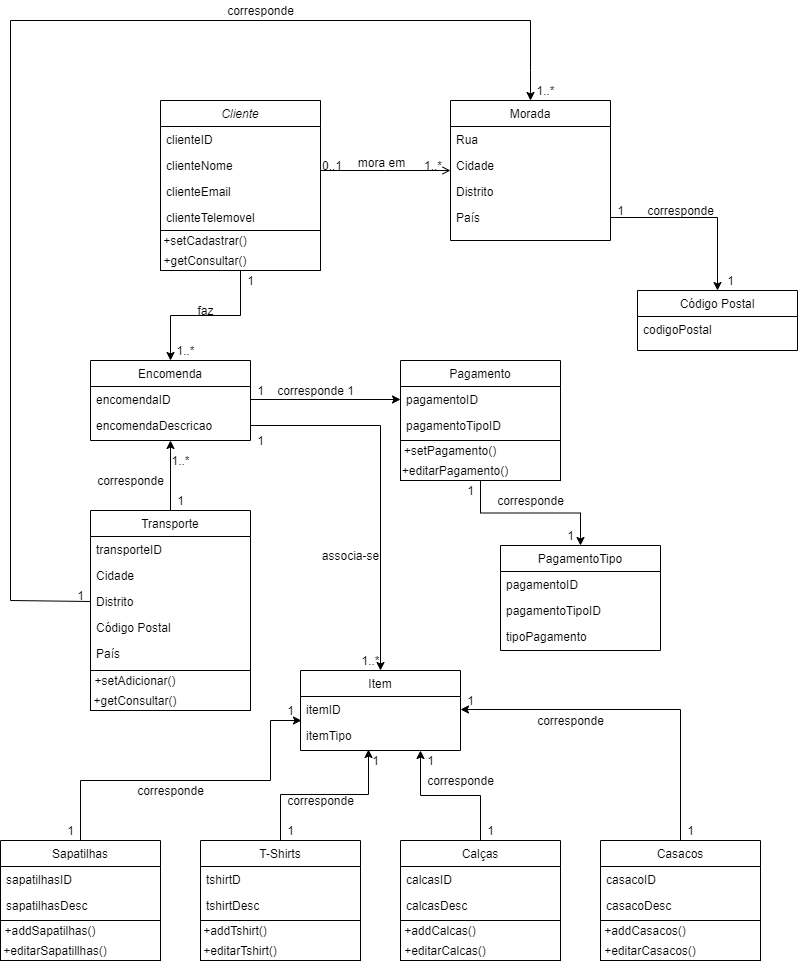
Before: diagramas/Diagrama de Classes.png, a diagram exported from draw.io (JoshuaJones27/FetchCode). Source tidied: cells renumbered, new cells last; positions are measured from the earlier drawing's top-left corner, leaving out a move shared by most shapes.
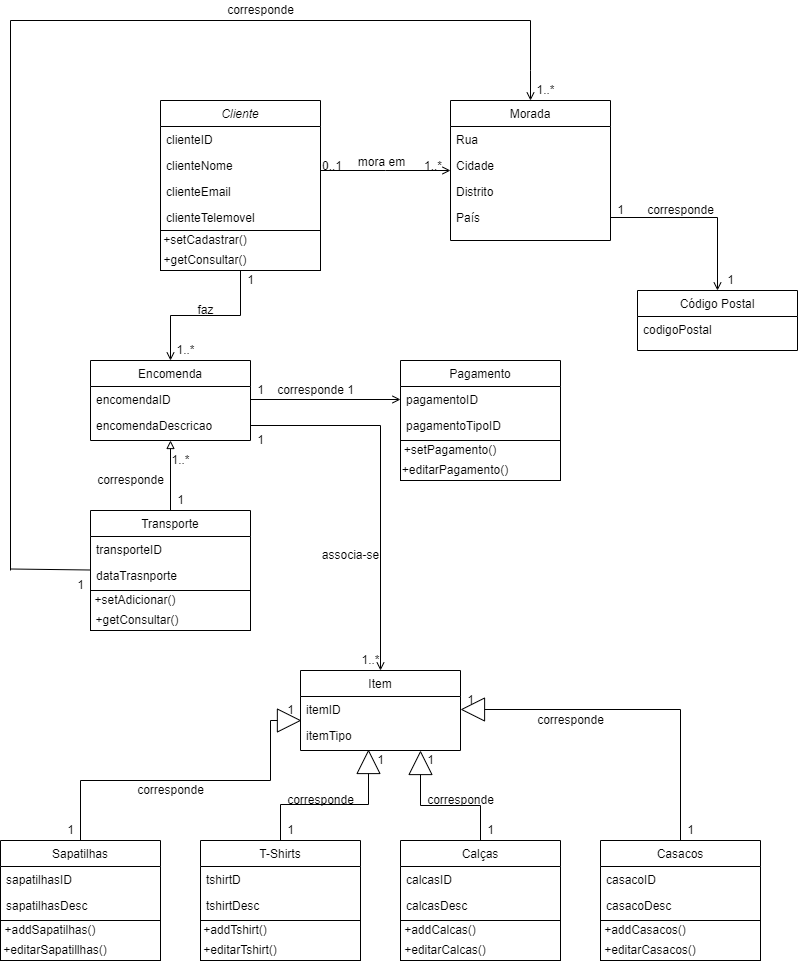
The same file after the commit.

Commit message:
diagrama de classes

Change to the diagram source:
```diff
@@ -44,7 +44,7 @@
     <mxCell id="15" value="País" style="text;align=left;verticalAlign=top;spacingLeft=4;spacingRight=4;overflow=hidden;rounded=0;shadow=0;html=0;" parent="11" vertex="1">
       <mxGeometry y="104" width="160" height="26" as="geometry" />
     </mxCell>
-    <mxCell id="16" style="endArrow=open;shadow=0;strokeWidth=1;rounded=0;endFill=1;edgeStyle=elbowEdgeStyle;elbow=vertical;" parent="1" edge="1" source="2" target="11">
+    <mxCell id="16" style="endArrow=open;shadow=0;strokeWidth=1;rounded=0;endFill=0;edgeStyle=elbowEdgeStyle;elbow=vertical;" parent="1" edge="1" source="2" target="11">
       <mxGeometry x="0.5" y="41" relative="1" as="geometry">
         <mxPoint x="-40" y="32" as="offset" />
       </mxGeometry>
@@ -73,7 +73,7 @@
     <mxCell id="22" value="pagamentoTipoID" style="text;align=left;verticalAlign=top;spacingLeft=4;spacingRight=4;overflow=hidden;rounded=0;shadow=0;html=0;" parent="20" vertex="1">
       <mxGeometry y="52" width="160" height="26" as="geometry" />
     </mxCell>
-    <mxCell id="23" style="edgeStyle=orthogonalEdgeStyle;rounded=0;jettySize=auto;html=1;" parent="1" edge="1" source="9" target="21">
+    <mxCell id="23" style="edgeStyle=orthogonalEdgeStyle;rounded=0;jettySize=auto;html=1;endArrow=open;endFill=0;" parent="1" edge="1" source="9" target="21">
       <mxGeometry relative="1" as="geometry" />
     </mxCell>
     <mxCell id="24" value="1&lt;br&gt;" style="text;html=1;align=center;verticalAlign=middle;strokeColor=none;fillColor=none;rounded=0;" parent="1" vertex="1">
@@ -82,39 +82,18 @@
     <mxCell id="25" value="1" style="text;html=1;align=center;verticalAlign=middle;strokeColor=none;fillColor=none;rounded=0;" parent="1" vertex="1">
       <mxGeometry x="250" y="380" width="20" height="20" as="geometry" />
     </mxCell>
-    <mxCell id="26" value="PagamentoTipo" style="swimlane;fontStyle=0;align=center;verticalAlign=top;horizontal=1;startSize=26;rounded=0;shadow=0;strokeWidth=1;" parent="1" vertex="1">
-      <mxGeometry x="500" y="545" width="160" height="105" as="geometry" />
-    </mxCell>
-    <mxCell id="27" value="pagamentoID" style="text;align=left;verticalAlign=top;spacingLeft=4;spacingRight=4;overflow=hidden;rounded=0;" parent="26" vertex="1">
-      <mxGeometry y="26" width="160" height="26" as="geometry" />
-    </mxCell>
-    <mxCell id="28" value="pagamentoTipoID" style="text;align=left;verticalAlign=top;spacingLeft=4;spacingRight=4;overflow=hidden;rounded=0;shadow=0;html=0;" parent="26" vertex="1">
-      <mxGeometry y="52" width="160" height="26" as="geometry" />
-    </mxCell>
-    <mxCell id="29" value="tipoPagamento" style="text;align=left;verticalAlign=top;spacingLeft=4;spacingRight=4;overflow=hidden;rounded=0;shadow=0;html=0;" parent="26" vertex="1">
-      <mxGeometry y="78" width="160" height="26" as="geometry" />
-    </mxCell>
-    <mxCell id="30" style="edgeStyle=orthogonalEdgeStyle;rounded=0;jettySize=auto;html=1;entryX=0.5;entryY=1;entryDx=0;entryDy=0;" parent="1" edge="1" source="31" target="8">
+    <mxCell id="30" style="edgeStyle=orthogonalEdgeStyle;rounded=0;jettySize=auto;html=1;entryX=0.5;entryY=1;entryDx=0;entryDy=0;endArrow=block;endFill=0;" parent="1" edge="1" source="31" target="8">
       <mxGeometry relative="1" as="geometry" />
     </mxCell>
     <mxCell id="31" value="Transporte" style="swimlane;fontStyle=0;align=center;verticalAlign=top;horizontal=1;startSize=26;rounded=0;shadow=0;strokeWidth=1;" parent="1" vertex="1">
-      <mxGeometry x="90" y="510" width="160" height="160" as="geometry" />
+      <mxGeometry x="90" y="510" width="160" height="80" as="geometry" />
     </mxCell>
     <mxCell id="32" value="transporteID" style="text;align=left;verticalAlign=top;spacingLeft=4;spacingRight=4;overflow=hidden;rounded=0;" parent="31" vertex="1">
       <mxGeometry y="26" width="160" height="26" as="geometry" />
     </mxCell>
-    <mxCell id="33" value="Cidade" style="text;align=left;verticalAlign=top;spacingLeft=4;spacingRight=4;overflow=hidden;rounded=0;shadow=0;html=0;" parent="31" vertex="1">
+    <mxCell id="33" value="dataTrasnporte" style="text;align=left;verticalAlign=top;spacingLeft=4;spacingRight=4;overflow=hidden;rounded=0;shadow=0;html=0;" parent="31" vertex="1">
       <mxGeometry y="52" width="160" height="26" as="geometry" />
     </mxCell>
-    <mxCell id="34" value="Distrito" style="text;align=left;verticalAlign=top;spacingLeft=4;spacingRight=4;overflow=hidden;points=[[0,0.5],[1,0.5]];portConstraint=eastwest;rounded=0;shadow=0;html=0;" parent="31" vertex="1">
-      <mxGeometry y="78" width="160" height="26" as="geometry" />
-    </mxCell>
-    <mxCell id="35" value="Código Postal" style="text;align=left;verticalAlign=top;spacingLeft=4;spacingRight=4;overflow=hidden;rounded=0;shadow=0;html=0;" parent="31" vertex="1">
-      <mxGeometry y="104" width="160" height="26" as="geometry" />
-    </mxCell>
-    <mxCell id="36" value="País" style="text;align=left;verticalAlign=top;spacingLeft=4;spacingRight=4;overflow=hidden;rounded=0;shadow=0;html=0;" parent="31" vertex="1">
-      <mxGeometry y="130" width="160" height="26" as="geometry" />
-    </mxCell>
     <mxCell id="37" value="corresponde" style="text;html=1;align=center;verticalAlign=middle;strokeColor=none;fillColor=none;rounded=0;" parent="1" vertex="1">
       <mxGeometry x="90" y="470" width="80" height="20" as="geometry" />
     </mxCell>
@@ -130,7 +109,7 @@
     <mxCell id="41" value="codigoPostal" style="text;align=left;verticalAlign=top;spacingLeft=4;spacingRight=4;overflow=hidden;rounded=0;" parent="40" vertex="1">
       <mxGeometry y="26" width="160" height="26" as="geometry" />
     </mxCell>
-    <mxCell id="42" style="edgeStyle=orthogonalEdgeStyle;rounded=0;jettySize=auto;html=1;entryX=0.5;entryY=0;entryDx=0;entryDy=0;" parent="1" edge="1" target="40">
+    <mxCell id="42" style="edgeStyle=orthogonalEdgeStyle;rounded=0;jettySize=auto;html=1;entryX=0.5;entryY=0;entryDx=0;entryDy=0;endArrow=open;endFill=0;" parent="1" edge="1" target="40">
       <mxGeometry relative="1" as="geometry">
         <mxPoint x="610" y="217" as="sourcePoint" />
       </mxGeometry>
@@ -161,17 +140,12 @@
     </mxCell>
     <mxCell id="49" style="endArrow=none;html=1;rounded=0;" parent="1" edge="1">
       <mxGeometry relative="1" as="geometry">
-        <mxPoint x="10" y="600" as="sourcePoint" />
+        <mxPoint x="10" y="570" as="sourcePoint" />
         <mxPoint x="10" y="20" as="targetPoint" />
       </mxGeometry>
     </mxCell>
-    <mxCell id="50" style="endArrow=classic;html=1;rounded=0;entryX=0.5;entryY=0;entryDx=0;entryDy=0;" parent="1" edge="1" target="11">
-      <mxGeometry relative="1" as="geometry">
-        <mxPoint x="530" y="70" as="sourcePoint" />
-      </mxGeometry>
-    </mxCell>
     <mxCell id="51" value="1" style="text;html=1;align=center;verticalAlign=middle;strokeColor=none;fillColor=none;" parent="1" vertex="1">
-      <mxGeometry x="70" y="585" width="20" height="20" as="geometry" />
+      <mxGeometry x="70" y="575" width="20" height="20" as="geometry" />
     </mxCell>
     <mxCell id="52" value="1..*" style="text;html=1;align=center;verticalAlign=middle;strokeColor=none;fillColor=none;" parent="1" vertex="1">
       <mxGeometry x="530" y="80" width="30" height="20" as="geometry" />
@@ -188,7 +162,7 @@
     <mxCell id="56" value="itemTipo&#10;" style="text;align=left;verticalAlign=top;spacingLeft=4;spacingRight=4;overflow=hidden;points=[[0,0.5],[1,0.5]];portConstraint=eastwest;rounded=0;shadow=0;html=0;" parent="54" vertex="1">
       <mxGeometry y="52" width="160" height="26" as="geometry" />
     </mxCell>
-    <mxCell id="57" style="edgeStyle=orthogonalEdgeStyle;rounded=0;jettySize=auto;html=1;" parent="1" edge="1" source="10" target="54">
+    <mxCell id="57" style="edgeStyle=orthogonalEdgeStyle;rounded=0;jettySize=auto;html=1;endArrow=open;endFill=0;" parent="1" edge="1" source="10" target="54">
       <mxGeometry relative="1" as="geometry" />
     </mxCell>
     <mxCell id="58" value="associa-se" style="text;html=1;align=center;verticalAlign=middle;strokeColor=none;fillColor=none;" parent="1" vertex="1">
@@ -209,7 +183,7 @@
     <mxCell id="63" value="sapatilhasDesc" style="text;align=left;verticalAlign=top;spacingLeft=4;spacingRight=4;overflow=hidden;rounded=0;shadow=0;html=0;" parent="61" vertex="1">
       <mxGeometry y="52" width="160" height="26" as="geometry" />
     </mxCell>
-    <mxCell id="64" style="edgeStyle=orthogonalEdgeStyle;rounded=0;jettySize=auto;html=1;entryX=0.425;entryY=1.038;entryDx=0;entryDy=0;entryPerimeter=0;" parent="1" edge="1" source="65" target="56">
+    <mxCell id="64" style="edgeStyle=orthogonalEdgeStyle;rounded=0;jettySize=auto;html=1;entryX=0.425;entryY=1.038;entryDx=0;entryDy=0;entryPerimeter=0;endArrow=block;endFill=0;endSize=22;" parent="1" edge="1" source="65" target="56">
       <mxGeometry relative="1" as="geometry" />
     </mxCell>
     <mxCell id="65" value="T-Shirts" style="swimlane;fontStyle=0;align=center;verticalAlign=top;horizontal=1;startSize=26;rounded=0;shadow=0;strokeWidth=1;" parent="1" vertex="1">
@@ -221,7 +195,7 @@
     <mxCell id="67" value="tshirtDesc" style="text;align=left;verticalAlign=top;spacingLeft=4;spacingRight=4;overflow=hidden;rounded=0;shadow=0;html=0;" parent="65" vertex="1">
       <mxGeometry y="52" width="160" height="26" as="geometry" />
     </mxCell>
-    <mxCell id="68" style="edgeStyle=orthogonalEdgeStyle;rounded=0;jettySize=auto;html=1;entryX=0.75;entryY=1;entryDx=0;entryDy=0;" parent="1" edge="1" source="69" target="54">
+    <mxCell id="68" style="edgeStyle=orthogonalEdgeStyle;rounded=0;jettySize=auto;html=1;entryX=0.75;entryY=1;entryDx=0;entryDy=0;endArrow=block;endFill=0;endSize=22;" parent="1" edge="1" source="69" target="54">
       <mxGeometry relative="1" as="geometry" />
     </mxCell>
     <mxCell id="69" value="Calças" style="swimlane;fontStyle=0;align=center;verticalAlign=top;horizontal=1;startSize=26;rounded=0;shadow=0;strokeWidth=1;" parent="1" vertex="1">
@@ -233,7 +207,7 @@
     <mxCell id="71" value="calcasDesc" style="text;align=left;verticalAlign=top;spacingLeft=4;spacingRight=4;overflow=hidden;rounded=0;shadow=0;html=0;" parent="69" vertex="1">
       <mxGeometry y="52" width="160" height="26" as="geometry" />
     </mxCell>
-    <mxCell id="72" style="edgeStyle=orthogonalEdgeStyle;rounded=0;jettySize=auto;html=1;" parent="1" edge="1" source="73" target="55">
+    <mxCell id="72" style="edgeStyle=orthogonalEdgeStyle;rounded=0;jettySize=auto;html=1;endArrow=block;endFill=0;endSize=22;" parent="1" edge="1" source="73" target="55">
       <mxGeometry relative="1" as="geometry" />
     </mxCell>
     <mxCell id="73" value="Casacos" style="swimlane;fontStyle=0;align=center;verticalAlign=top;horizontal=1;startSize=26;rounded=0;shadow=0;strokeWidth=1;" parent="1" vertex="1">
@@ -262,7 +236,7 @@
         <mxPoint x="270" y="720" as="targetPoint" />
       </mxGeometry>
     </mxCell>
-    <mxCell id="79" style="endArrow=classic;html=1;rounded=0;entryX=0.006;entryY=0.923;entryDx=0;entryDy=0;entryPerimeter=0;" parent="1" edge="1" target="55">
+    <mxCell id="79" style="endArrow=block;html=1;rounded=0;entryX=0.006;entryY=0.923;entryDx=0;entryDy=0;entryPerimeter=0;endFill=0;endSize=22;" parent="1" edge="1" target="55">
       <mxGeometry relative="1" as="geometry">
         <mxPoint x="270" y="720" as="sourcePoint" />
       </mxGeometry>
@@ -274,7 +248,7 @@
       <mxGeometry x="280" y="790" width="80" height="20" as="geometry" />
     </mxCell>
     <mxCell id="82" value="corresponde" style="text;html=1;align=center;verticalAlign=middle;strokeColor=none;fillColor=none;" parent="1" vertex="1">
-      <mxGeometry x="420" y="770" width="80" height="20" as="geometry" />
+      <mxGeometry x="420" y="790" width="80" height="20" as="geometry" />
     </mxCell>
     <mxCell id="83" value="corresponde" style="text;html=1;align=center;verticalAlign=middle;strokeColor=none;fillColor=none;" parent="1" vertex="1">
       <mxGeometry x="530" y="710" width="80" height="20" as="geometry" />
@@ -295,7 +269,7 @@
       <mxGeometry x="280" y="820" width="20" height="20" as="geometry" />
     </mxCell>
     <mxCell id="89" value="1" style="text;html=1;align=center;verticalAlign=middle;strokeColor=none;fillColor=none;" parent="1" vertex="1">
-      <mxGeometry x="365" y="750" width="20" height="20" as="geometry" />
+      <mxGeometry x="370" y="750" width="20" height="20" as="geometry" />
     </mxCell>
     <mxCell id="90" value="1" style="text;html=1;align=center;verticalAlign=middle;strokeColor=none;fillColor=none;" parent="1" vertex="1">
       <mxGeometry x="60" y="820" width="20" height="20" as="geometry" />
@@ -303,7 +277,7 @@
     <mxCell id="91" value="1" style="text;html=1;align=center;verticalAlign=middle;strokeColor=none;fillColor=none;" parent="1" vertex="1">
       <mxGeometry x="280" y="700" width="20" height="20" as="geometry" />
     </mxCell>
-    <mxCell id="92" style="edgeStyle=orthogonalEdgeStyle;rounded=0;jettySize=auto;html=1;entryX=0.5;entryY=0;entryDx=0;entryDy=0;" parent="1" edge="1" source="93" target="8">
+    <mxCell id="92" style="edgeStyle=orthogonalEdgeStyle;rounded=0;jettySize=auto;html=1;entryX=0.5;entryY=0;entryDx=0;entryDy=0;endArrow=open;endFill=0;" parent="1" edge="1" source="93" target="8">
       <mxGeometry relative="1" as="geometry" />
     </mxCell>
     <mxCell id="93" style="rounded=0;whiteSpace=wrap;html=1;" parent="1" vertex="1">
@@ -324,9 +298,6 @@
     <mxCell id="98" value="1..*" style="text;html=1;align=center;verticalAlign=middle;strokeColor=none;fillColor=none;" parent="1" vertex="1">
       <mxGeometry x="170" y="340" width="30" height="20" as="geometry" />
     </mxCell>
-    <mxCell id="99" style="edgeStyle=orthogonalEdgeStyle;rounded=0;jettySize=auto;html=1;" parent="1" edge="1" source="100" target="26">
-      <mxGeometry relative="1" as="geometry" />
-    </mxCell>
     <mxCell id="100" style="rounded=0;whiteSpace=wrap;html=1;" parent="1" vertex="1">
       <mxGeometry x="400" y="440" width="160" height="40" as="geometry" />
     </mxCell>
@@ -336,15 +307,6 @@
     <mxCell id="102" value="+editarPagamento()" style="text;html=1;strokeColor=none;fillColor=none;align=center;verticalAlign=middle;whiteSpace=wrap;rounded=0;" parent="1" vertex="1">
       <mxGeometry x="410" y="460" width="90" height="20" as="geometry" />
     </mxCell>
-    <mxCell id="103" value="1" style="text;html=1;align=center;verticalAlign=middle;strokeColor=none;fillColor=none;" parent="1" vertex="1">
-      <mxGeometry x="460" y="480" width="20" height="20" as="geometry" />
-    </mxCell>
-    <mxCell id="104" value="1" style="text;html=1;align=center;verticalAlign=middle;strokeColor=none;fillColor=none;" parent="1" vertex="1">
-      <mxGeometry x="560" y="525" width="20" height="20" as="geometry" />
-    </mxCell>
-    <mxCell id="105" value="corresponde" style="text;html=1;align=center;verticalAlign=middle;strokeColor=none;fillColor=none;" parent="1" vertex="1">
-      <mxGeometry x="490" y="490" width="80" height="20" as="geometry" />
-    </mxCell>
     <mxCell id="106" style="rounded=0;whiteSpace=wrap;html=1;" parent="1" vertex="1">
       <mxGeometry y="920" width="160" height="40" as="geometry" />
     </mxCell>
@@ -381,19 +343,25 @@
     <mxCell id="117" value="+editarCasacos()" style="text;html=1;strokeColor=none;fillColor=none;align=center;verticalAlign=middle;whiteSpace=wrap;rounded=0;" parent="1" vertex="1">
       <mxGeometry x="610" y="940" width="80" height="20" as="geometry" />
     </mxCell>
-    <mxCell id="118" style="endArrow=none;html=1;rounded=0;entryX=0;entryY=0.5;entryDx=0;entryDy=0;" parent="1" edge="1" target="34">
+    <mxCell id="118" style="endArrow=none;html=1;rounded=0;entryX=0;entryY=0.5;entryDx=0;entryDy=0;" parent="1" edge="1">
       <mxGeometry relative="1" as="geometry">
-        <mxPoint x="10" y="600" as="sourcePoint" />
+        <mxPoint x="10" y="568.5" as="sourcePoint" />
+        <mxPoint x="90" y="569.5" as="targetPoint" />
       </mxGeometry>
     </mxCell>
+    <mxCell id="122" style="endArrow=open;html=1;rounded=0;endFill=0;" parent="1" edge="1" target="11">
+      <mxGeometry relative="1" as="geometry">
+        <mxPoint x="530" y="70" as="sourcePoint" />
+      </mxGeometry>
+    </mxCell>
     <mxCell id="119" style="rounded=0;whiteSpace=wrap;html=1;" parent="1" vertex="1">
-      <mxGeometry x="90" y="670" width="160" height="40" as="geometry" />
+      <mxGeometry x="90" y="590" width="160" height="40" as="geometry" />
     </mxCell>
+    <mxCell id="121" value="+setAdicionar()" style="text;html=1;strokeColor=none;fillColor=none;align=center;verticalAlign=middle;whiteSpace=wrap;rounded=0;" parent="1" vertex="1">
+      <mxGeometry x="100" y="585" width="70" height="30" as="geometry" />
+    </mxCell>
     <mxCell id="120" value="+getConsultar()" style="text;html=1;strokeColor=none;fillColor=none;align=center;verticalAlign=middle;whiteSpace=wrap;rounded=0;" parent="1" vertex="1">
-      <mxGeometry x="110" y="690" width="50" height="20" as="geometry" />
+      <mxGeometry x="102.5" y="610" width="67.5" height="20" as="geometry" />
     </mxCell>
-    <mxCell id="121" value="+setAdicionar()" style="text;html=1;strokeColor=none;fillColor=none;align=center;verticalAlign=middle;whiteSpace=wrap;rounded=0;" parent="1" vertex="1">
-      <mxGeometry x="110" y="670" width="50" height="20" as="geometry" />
-    </mxCell>
   </root>
 </mxGraphModel>
```
